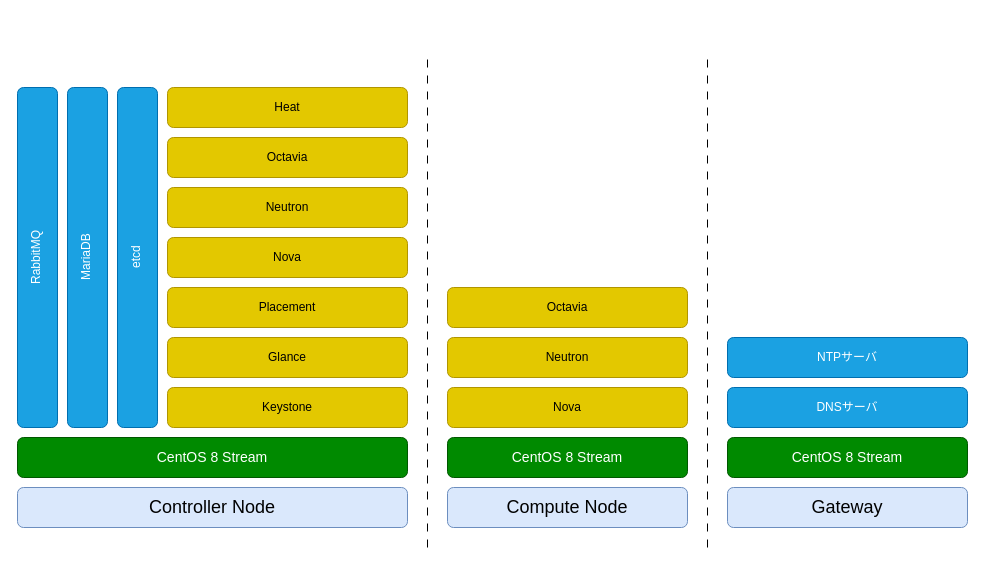
Above: _static/image/software_diagram.drawio in 9506hqwy/openstack_study_notes (draw.io), before the change. Source tidied: cells renumbered, new cells numbered last; positions are measured from the earlier drawing's top-left corner, leaving out a move shared by most shapes. Both pictures are drawn from the tidied source at 100%, with x=0, y=0 at pixel (17, 57).
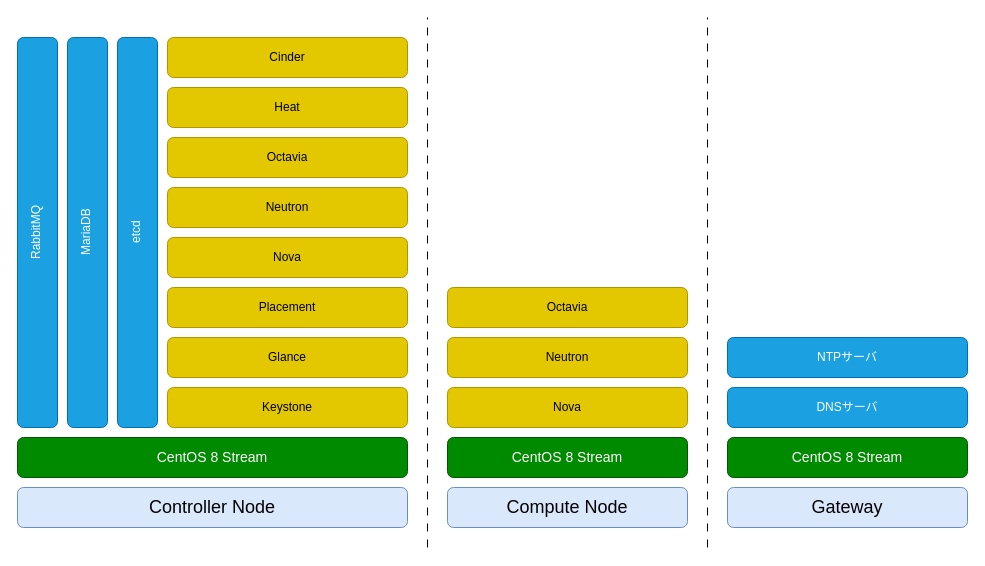
Above is the later version.

Commit message (it also covers changes not shown here):
Cinder について記載した。

Change to the diagram source:
```diff
@@
     <mxCell id="12" value="RabbitMQ" style="rounded=1;whiteSpace=wrap;html=1;fillColor=#1ba1e2;strokeColor=#006EAF;direction=north;textDirection=vertical-rl;rotation=-180;fontColor=#ffffff;" parent="1" vertex="1">
-      <mxGeometry y="30" width="40" height="340" as="geometry" />
+      <mxGeometry y="-20" width="40" height="390" as="geometry" />
     </mxCell>
     <mxCell id="13" value="MariaDB" style="rounded=1;whiteSpace=wrap;html=1;fillColor=#1ba1e2;strokeColor=#006EAF;direction=north;textDirection=vertical-rl;rotation=-180;fontColor=#ffffff;" parent="1" vertex="1">
-      <mxGeometry x="50" y="30" width="40" height="340" as="geometry" />
+      <mxGeometry x="50" y="-20" width="40" height="390" as="geometry" />
     </mxCell>
     <mxCell id="14" value="etcd" style="rounded=1;whiteSpace=wrap;html=1;fillColor=#1ba1e2;strokeColor=#006EAF;direction=north;textDirection=vertical-rl;rotation=-180;fontColor=#ffffff;" parent="1" vertex="1">
-      <mxGeometry x="100" y="30" width="40" height="340" as="geometry" />
+      <mxGeometry x="100" y="-20" width="40" height="390" as="geometry" />
     </mxCell>
@@
     <mxCell id="20" style="endArrow=none;html=1;rounded=0;dashed=1;dashPattern=8 8;" parent="1" edge="1">
       <mxGeometry relative="1" as="geometry">
         <mxPoint x="690" y="490" as="sourcePoint" />
-        <mxPoint x="690" as="targetPoint" />
+        <mxPoint x="690" y="-40" as="targetPoint" />
       </mxGeometry>
     </mxCell>
     <mxCell id="21" style="endArrow=none;html=1;rounded=0;dashed=1;dashPattern=8 8;" parent="1" edge="1">
       <mxGeometry relative="1" as="geometry">
         <mxPoint x="410" y="490" as="sourcePoint" />
-        <mxPoint x="410" as="targetPoint" />
+        <mxPoint x="410" y="-40" as="targetPoint" />
       </mxGeometry>
     </mxCell>
@@
+    <mxCell id="25" value="Cinder" style="rounded=1;whiteSpace=wrap;html=1;fillColor=#e3c800;strokeColor=#B09500;fontColor=#000000;" parent="1" vertex="1">
+      <mxGeometry x="150" y="-20" width="240" height="40" as="geometry" />
+    </mxCell>
```
